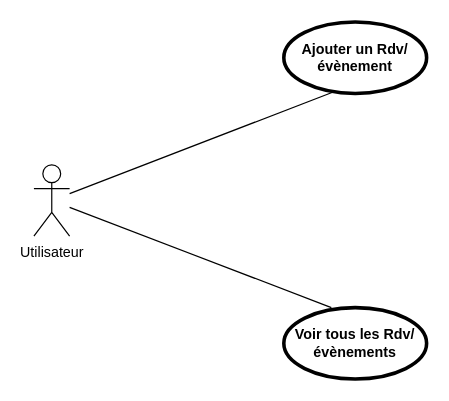
tchicoulo/learnathome keeps this draw.io diagram as Calendrier Diagram.drawio. Above is the earlier version. Source tidied: cells renumbered, new cells numbered last; positions are measured from the earlier drawing's top-left corner, leaving out a move shared by most shapes. Both pictures are drawn from the tidied source at 119%, with x=0, y=0 at pixel (33, 21).
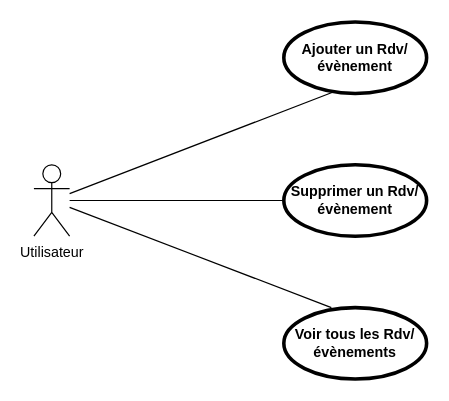
The same diagram, later.

Change to the diagram source:
```diff
@@
 <mxGraphModel>
   <root>
     <mxCell id="0" />
     <mxCell id="1" parent="0" />
     <mxCell id="2" value="Utilisateur" style="shape=umlActor;verticalLabelPosition=bottom;verticalAlign=top;html=1;outlineConnect=0;" parent="1" vertex="1">
       <mxGeometry y="120" width="30" height="60" as="geometry" />
     </mxCell>
     <mxCell id="3" value="Voir tous les Rdv/évènements" style="shape=ellipse;html=1;strokeWidth=3;fontStyle=1;whiteSpace=wrap;align=center;perimeter=ellipsePerimeter;" parent="1" vertex="1">
       <mxGeometry x="210" y="240" width="120" height="60" as="geometry" />
     </mxCell>
     <mxCell id="4" value="Ajouter un Rdv/évènement" style="shape=ellipse;html=1;strokeWidth=3;fontStyle=1;whiteSpace=wrap;align=center;perimeter=ellipsePerimeter;" parent="1" vertex="1">
       <mxGeometry x="210" width="120" height="60" as="geometry" />
     </mxCell>
     <mxCell id="5" style="edgeStyle=none;html=1;endArrow=none;verticalAlign=bottom;rounded=0;entryX=0.342;entryY=0.983;entryDx=0;entryDy=0;entryPerimeter=0;" parent="1" edge="1" source="2" target="4">
       <mxGeometry relative="1" as="geometry" />
     </mxCell>
     <mxCell id="6" style="edgeStyle=none;html=1;endArrow=none;verticalAlign=bottom;rounded=0;entryX=0.333;entryY=0;entryDx=0;entryDy=0;entryPerimeter=0;" parent="1" edge="1" source="2" target="3">
       <mxGeometry relative="1" as="geometry" />
     </mxCell>
+    <mxCell id="7" value="Supprimer un Rdv/évènement" style="shape=ellipse;html=1;strokeWidth=3;fontStyle=1;whiteSpace=wrap;align=center;perimeter=ellipsePerimeter;" parent="1" vertex="1">
+      <mxGeometry x="210" y="120" width="120" height="60" as="geometry" />
+    </mxCell>
+    <mxCell id="8" style="edgeStyle=none;html=1;endArrow=none;verticalAlign=bottom;rounded=0;entryX=0;entryY=0.5;entryDx=0;entryDy=0;" parent="1" edge="1" source="2" target="7">
+      <mxGeometry relative="1" as="geometry" />
+    </mxCell>
   </root>
 </mxGraphModel>
```
